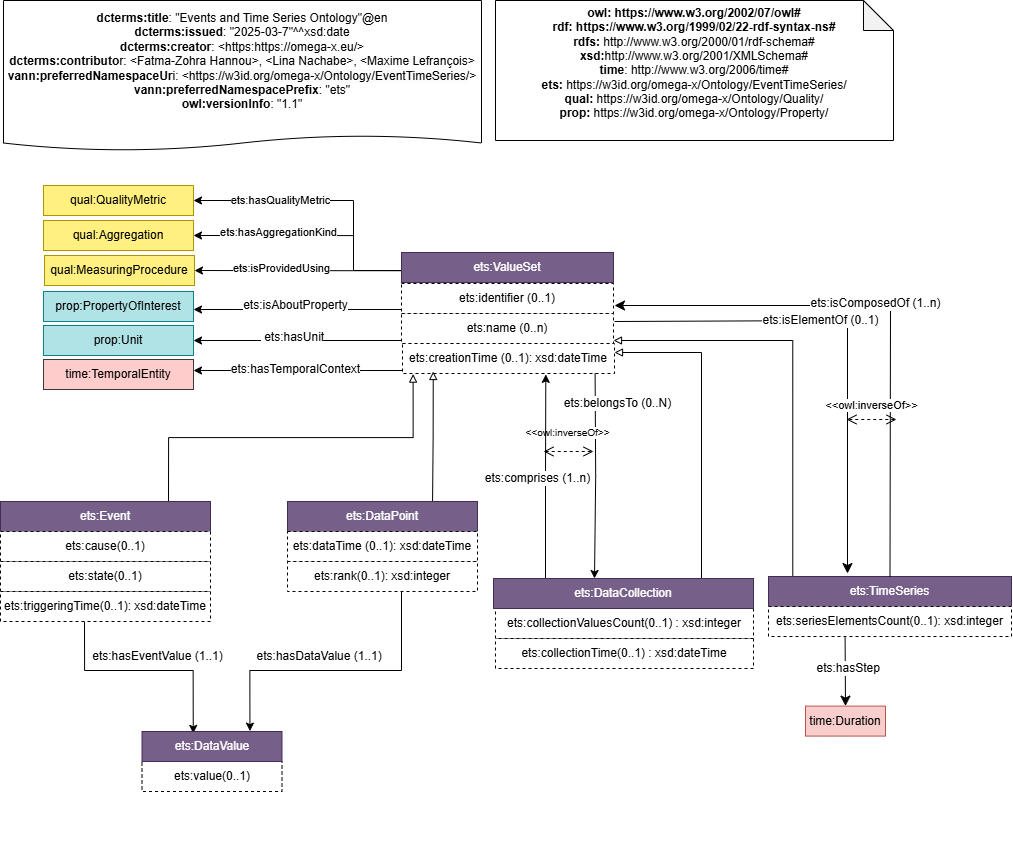
Earlier version of the draw.io export EventsTimeSeriesOntology/EventsTimeSeries-1.1.png (FZ-HANNOU/Omega-X). Source tidied: cells renumbered, new cells last; positions are measured from the earlier drawing's top-left corner, leaving out a move shared by most shapes.
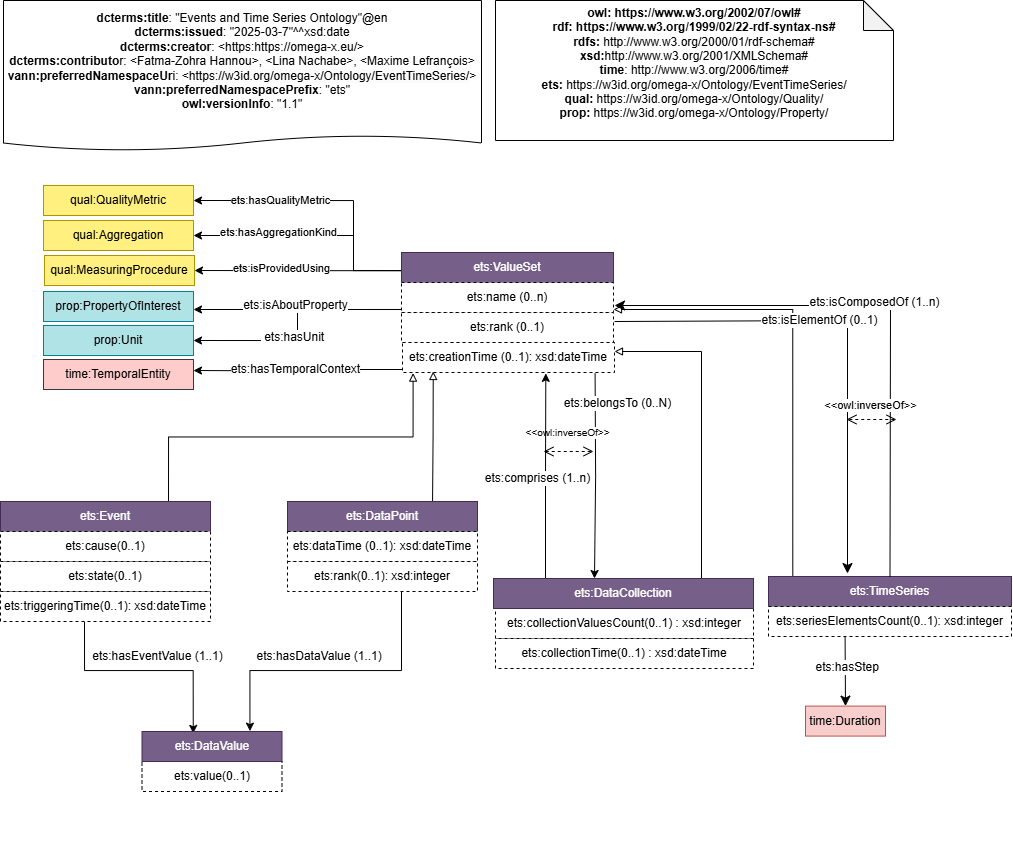
Above is the later version.

What changed in the source:
```diff
@@ -36,11 +36,8 @@
         <mxPoint x="193" y="309" as="targetPoint" />
       </mxGeometry>
     </mxCell>
-    <mxCell id="8" value="ets:identifier (0..1)" style="rounded=0;whiteSpace=wrap;html=1;dashed=1;" parent="1" vertex="1">
-      <mxGeometry x="401" y="283" width="212" height="30" as="geometry" />
-    </mxCell>
     <mxCell id="9" value="ets:creationTime (0..1): xsd:dateTime" style="rounded=0;whiteSpace=wrap;html=1;snapToPoint=1;points=[[0.1,0],[0.2,0],[0.3,0],[0.4,0],[0.5,0],[0.6,0],[0.7,0],[0.8,0],[0.9,0],[0,0.1],[0,0.3],[0,0.5],[0,0.7],[0,0.9],[0.1,1],[0.2,1],[0.3,1],[0.4,1],[0.5,1],[0.6,1],[0.7,1],[0.8,1],[0.9,1],[1,0.1],[1,0.3],[1,0.5],[1,0.7],[1,0.9]];dashed=1;" parent="1" vertex="1">
-      <mxGeometry x="402" y="343" width="212" height="30" as="geometry" />
+      <mxGeometry x="402" y="342" width="212" height="30" as="geometry" />
     </mxCell>
     <mxCell id="10" style="edgeStyle=orthogonalEdgeStyle;rounded=0;jettySize=auto;html=1;exitX=0.1;exitY=0;exitDx=0;exitDy=0;entryX=1;entryY=0.9;entryDx=0;entryDy=0;endArrow=block;endFill=0;" parent="1" edge="1" source="11" target="16">
       <mxGeometry relative="1" as="geometry" />
@@ -61,7 +58,7 @@
       <mxGeometry relative="1" as="geometry" />
     </mxCell>
     <mxCell id="16" value="ets:name (0..n)" style="rounded=0;whiteSpace=wrap;html=1;snapToPoint=1;points=[[0.1,0],[0.2,0],[0.3,0],[0.4,0],[0.5,0],[0.6,0],[0.7,0],[0.8,0],[0.9,0],[0,0.1],[0,0.3],[0,0.5],[0,0.7],[0,0.9],[0.1,1],[0.2,1],[0.3,1],[0.4,1],[0.5,1],[0.6,1],[0.7,1],[0.8,1],[0.9,1],[1,0.1],[1,0.3],[1,0.5],[1,0.7],[1,0.9]];dashed=1;" parent="1" vertex="1">
-      <mxGeometry x="401" y="313" width="212" height="30" as="geometry" />
+      <mxGeometry x="401" y="282" width="212" height="30" as="geometry" />
     </mxCell>
     <mxCell id="17" value="ets:cause(0..1)" style="rounded=0;whiteSpace=wrap;html=1;dashed=1;" parent="1" vertex="1">
       <mxGeometry y="531" width="210" height="30" as="geometry" />
@@ -264,5 +261,8 @@
         <mxPoint x="23" y="2" as="offset" />
       </mxGeometry>
     </mxCell>
+    <mxCell id="63" value="ets:rank (0..1)" style="rounded=0;whiteSpace=wrap;html=1;dashed=1;" parent="1" vertex="1">
+      <mxGeometry x="401" y="312" width="212" height="30" as="geometry" />
+    </mxCell>
   </root>
 </mxGraphModel>
```
